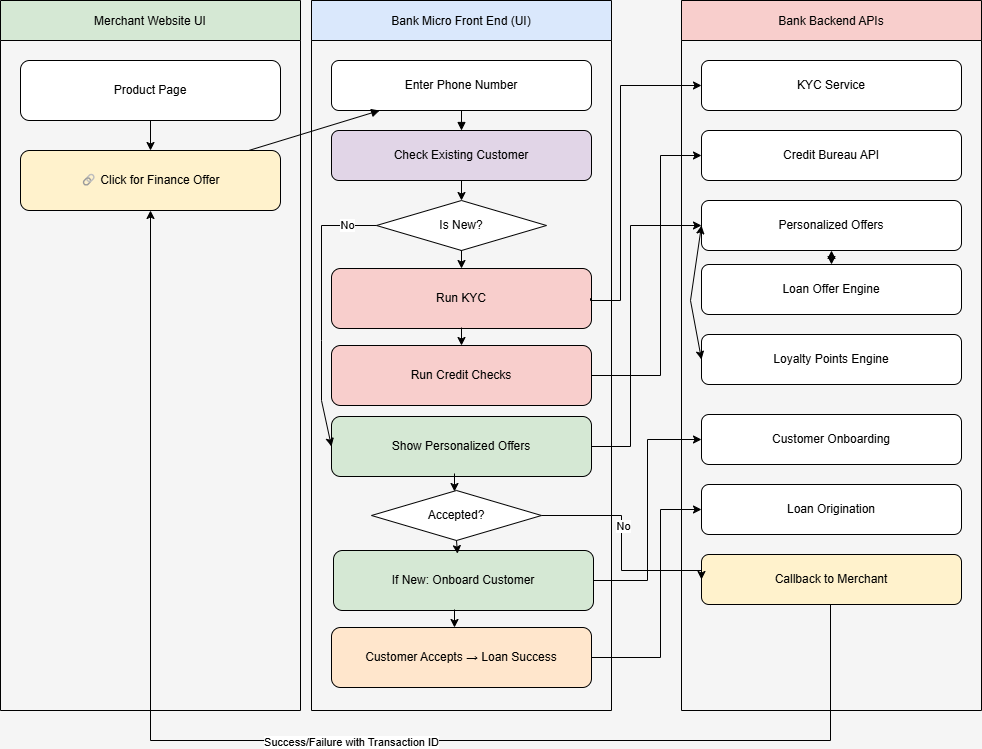
Above: Composable.png in o001705/EF (draw.io), before the change. Source tidied: cells renumbered, new cells last; positions are measured from the earlier drawing's top-left corner, leaving out a move shared by most shapes.
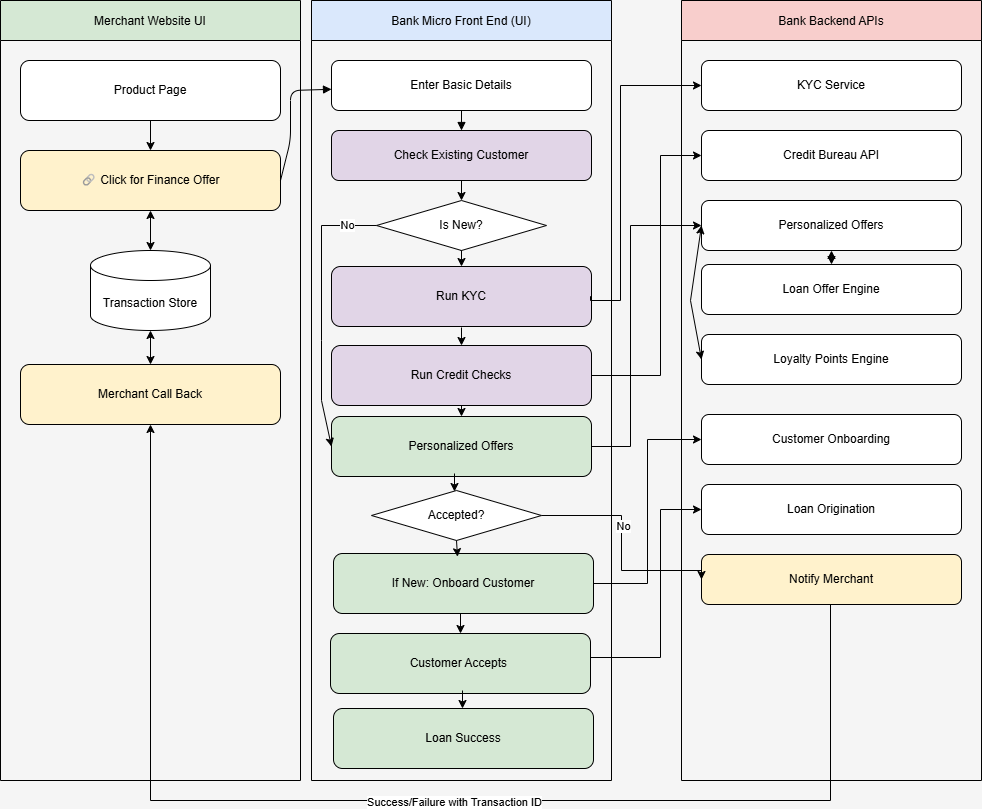
After the change.

What changed in the source:
```diff
@@ -3,7 +3,7 @@
     <mxCell id="0" />
     <mxCell id="1" parent="0" />
     <mxCell id="2" value="Merchant Website UI" style="shape=swimlane;fillColor=#D5E8D4;" parent="1" vertex="1">
-      <mxGeometry width="300" height="710" as="geometry" />
+      <mxGeometry width="300" height="780" as="geometry" />
     </mxCell>
     <mxCell id="3" style="edgeStyle=orthogonalEdgeStyle;rounded=0;jettySize=auto;html=1;exitX=0.5;exitY=1;exitDx=0;exitDy=0;entryX=0.5;entryY=0;entryDx=0;entryDy=0;" parent="2" edge="1" source="4" target="5">
       <mxGeometry relative="1" as="geometry" />
@@ -14,10 +14,24 @@
     <mxCell id="5" value="🔗 Click for Finance Offer" style="shape=rectangle;whiteSpace=wrap;rounded=1;fillColor=#FFF2CC;" parent="2" vertex="1">
       <mxGeometry x="20" y="150" width="260" height="60" as="geometry" />
     </mxCell>
+    <mxCell id="46" value="Merchant Call Back" style="shape=rectangle;whiteSpace=wrap;rounded=1;fillColor=#FFF2CC;" parent="2" vertex="1">
+      <mxGeometry x="20" y="364" width="260" height="60" as="geometry" />
+    </mxCell>
+    <mxCell id="47" value="Transaction Store" style="shape=cylinder3;whiteSpace=wrap;html=1;boundedLbl=1;backgroundOutline=1;size=15;" parent="2" vertex="1">
+      <mxGeometry x="90" y="250" width="120" height="80" as="geometry" />
+    </mxCell>
+    <mxCell id="48" style="endArrow=classic;startArrow=classic;html=1;rounded=0;entryX=0.5;entryY=1;entryDx=0;entryDy=0;entryPerimeter=0;exitX=0.5;exitY=0;exitDx=0;exitDy=0;" parent="2" edge="1" source="46" target="47">
+      <mxGeometry relative="1" as="geometry" />
+    </mxCell>
+    <mxCell id="49" style="endArrow=classic;startArrow=classic;html=1;rounded=0;" parent="2" edge="1" source="47">
+      <mxGeometry relative="1" as="geometry">
+        <mxPoint x="150" y="210" as="targetPoint" />
+      </mxGeometry>
+    </mxCell>
     <mxCell id="6" value="Bank Micro Front End (UI)" style="shape=swimlane;fillColor=#DAE8FC;" parent="1" vertex="1">
-      <mxGeometry x="311" width="300" height="710" as="geometry" />
+      <mxGeometry x="311" width="300" height="780" as="geometry" />
     </mxCell>
-    <mxCell id="7" value="Enter Phone Number" style="shape=rectangle;whiteSpace=wrap;rounded=1;fillColor=#FFFFFF;" parent="6" vertex="1">
+    <mxCell id="7" value="Enter Basic Details" style="shape=rectangle;whiteSpace=wrap;rounded=1;fillColor=#FFFFFF;" parent="6" vertex="1">
       <mxGeometry x="20" y="60" width="260" height="50" as="geometry" />
     </mxCell>
     <mxCell id="8" style="edgeStyle=orthogonalEdgeStyle;rounded=0;jettySize=auto;html=1;exitX=0.5;exitY=1;exitDx=0;exitDy=0;entryX=0.5;entryY=0;entryDx=0;entryDy=0;" parent="6" edge="1" source="9" target="14">
@@ -30,16 +44,16 @@
     <mxCell id="9" value="Check Existing Customer" style="shape=rectangle;whiteSpace=wrap;rounded=1;fillColor=#E1D5E7;" parent="6" vertex="1">
       <mxGeometry x="20" y="130" width="260" height="50" as="geometry" />
     </mxCell>
-    <mxCell id="10" value="Show Personalized Offers" style="shape=rectangle;whiteSpace=wrap;rounded=1;fillColor=#D5E8D4;" parent="6" vertex="1">
+    <mxCell id="10" value="Personalized Offers" style="shape=rectangle;whiteSpace=wrap;rounded=1;fillColor=#D5E8D4;" parent="6" vertex="1">
       <mxGeometry x="20" y="416" width="260" height="60" as="geometry" />
     </mxCell>
-    <mxCell id="11" value="Customer Accepts → Loan Success" style="shape=rectangle;whiteSpace=wrap;rounded=1;fillColor=#FFE6CC;" parent="6" vertex="1">
-      <mxGeometry x="20" y="627" width="260" height="60" as="geometry" />
+    <mxCell id="11" value="Customer Accepts " style="shape=rectangle;whiteSpace=wrap;rounded=1;fillColor=#D5E8D4;" parent="6" vertex="1">
+      <mxGeometry x="19" y="633" width="260" height="60" as="geometry" />
     </mxCell>
-    <mxCell id="12" value="Run KYC" style="shape=rectangle;whiteSpace=wrap;rounded=1;fillColor=#F8CECC;" parent="6" vertex="1">
-      <mxGeometry x="20" y="268" width="260" height="60" as="geometry" />
+    <mxCell id="12" value="Run KYC" style="shape=rectangle;whiteSpace=wrap;rounded=1;fillColor=#E1D5E7;" parent="6" vertex="1">
+      <mxGeometry x="20" y="266" width="260" height="60" as="geometry" />
     </mxCell>
-    <mxCell id="13" value="Run Credit Checks" style="shape=rectangle;whiteSpace=wrap;rounded=1;fillColor=#F8CECC;" parent="6" vertex="1">
+    <mxCell id="13" value="Run Credit Checks" style="shape=rectangle;whiteSpace=wrap;rounded=1;fillColor=#E1D5E7;" parent="6" vertex="1">
       <mxGeometry x="20" y="345" width="260" height="60" as="geometry" />
     </mxCell>
     <mxCell id="14" value="Is New?" style="rhombus;whiteSpace=wrap;html=1;" parent="6" vertex="1">
@@ -61,13 +75,22 @@
       <mxGeometry x="-0.78" y="-1" relative="1" as="geometry" />
     </mxCell>
     <mxCell id="18" value="If New: Onboard Customer" style="shape=rectangle;whiteSpace=wrap;rounded=1;fillColor=#D5E8D4;" parent="6" vertex="1">
-      <mxGeometry x="22" y="550" width="260" height="60" as="geometry" />
+      <mxGeometry x="22" y="553" width="260" height="60" as="geometry" />
     </mxCell>
     <mxCell id="19" style="endArrow=classic;html=1;rounded=0;entryX=0.477;entryY=0.053;entryDx=0;entryDy=0;entryPerimeter=0;exitX=0.5;exitY=1;exitDx=0;exitDy=0;" parent="6" edge="1" source="15" target="18">
       <mxGeometry relative="1" as="geometry" />
     </mxCell>
+    <mxCell id="50" value="Loan Success" style="shape=rectangle;whiteSpace=wrap;rounded=1;fillColor=#D5E8D4;" parent="6" vertex="1">
+      <mxGeometry x="22" y="708" width="260" height="60" as="geometry" />
+    </mxCell>
+    <mxCell id="51" style="endArrow=classic;html=1;rounded=0;exitX=0.5;exitY=1;exitDx=0;exitDy=0;entryX=0.5;entryY=0;entryDx=0;entryDy=0;" parent="6" edge="1" source="13" target="10">
+      <mxGeometry relative="1" as="geometry" />
+    </mxCell>
+    <mxCell id="41" style="edgeStyle=orthogonalEdgeStyle;rounded=0;jettySize=auto;html=1;entryX=0.5;entryY=0;entryDx=0;entryDy=0;exitX=0.5;exitY=1;exitDx=0;exitDy=0;" parent="6" edge="1" source="18" target="11">
+      <mxGeometry relative="1" as="geometry" />
+    </mxCell>
     <mxCell id="20" value="Bank Backend APIs" style="shape=swimlane;fillColor=#F8CECC;" parent="1" vertex="1">
-      <mxGeometry x="681" width="300" height="710" as="geometry" />
+      <mxGeometry x="681" width="300" height="780" as="geometry" />
     </mxCell>
     <mxCell id="21" value="KYC Service" style="shape=rectangle;whiteSpace=wrap;rounded=1;fillColor=#FFFFFF;" parent="20" vertex="1">
       <mxGeometry x="20" y="60" width="260" height="50" as="geometry" />
@@ -84,7 +107,7 @@
     <mxCell id="25" value="Loan Origination" style="shape=rectangle;whiteSpace=wrap;rounded=1;fillColor=#FFFFFF;" parent="20" vertex="1">
       <mxGeometry x="20" y="484" width="260" height="50" as="geometry" />
     </mxCell>
-    <mxCell id="26" value="Callback to Merchant" style="shape=rectangle;whiteSpace=wrap;rounded=1;fillColor=#FFF2CC;" parent="20" vertex="1">
+    <mxCell id="26" value="Notify Merchant" style="shape=rectangle;whiteSpace=wrap;rounded=1;fillColor=#FFF2CC;" parent="20" vertex="1">
       <mxGeometry x="20" y="554" width="260" height="50" as="geometry" />
     </mxCell>
     <mxCell id="27" value="Customer Onboarding" style="shape=rectangle;whiteSpace=wrap;rounded=1;fillColor=#FFFFFF;" parent="20" vertex="1">
@@ -103,18 +126,23 @@
         </Array>
       </mxGeometry>
     </mxCell>
-    <mxCell id="31" style="endArrow=block;" parent="1" edge="1" source="5" target="7">
-      <mxGeometry relative="1" as="geometry" />
+    <mxCell id="31" style="endArrow=block;exitX=1;exitY=0.5;exitDx=0;exitDy=0;" parent="1" edge="1" source="5" target="7">
+      <mxGeometry relative="1" as="geometry">
+        <Array as="points">
+          <mxPoint x="290" y="140" />
+          <mxPoint x="290" y="90" />
+        </Array>
+      </mxGeometry>
     </mxCell>
     <mxCell id="32" style="endArrow=block;" parent="1" edge="1" source="7" target="9">
       <mxGeometry relative="1" as="geometry" />
     </mxCell>
-    <mxCell id="33" style="edgeStyle=orthogonalEdgeStyle;rounded=0;jettySize=auto;html=1;exitX=0.5;exitY=1;exitDx=0;exitDy=0;entryX=0.5;entryY=1;entryDx=0;entryDy=0;" parent="1" edge="1" source="26" target="5">
+    <mxCell id="33" style="edgeStyle=orthogonalEdgeStyle;rounded=0;jettySize=auto;html=1;exitX=0.5;exitY=1;exitDx=0;exitDy=0;entryX=0.5;entryY=1;entryDx=0;entryDy=0;" parent="1" edge="1" source="26" target="46">
       <mxGeometry relative="1" as="geometry">
         <Array as="points">
           <mxPoint x="830" y="604" />
-          <mxPoint x="830" y="740" />
-          <mxPoint x="150" y="740" />
+          <mxPoint x="830" y="800" />
+          <mxPoint x="150" y="800" />
         </Array>
       </mxGeometry>
     </mxCell>
@@ -158,12 +186,6 @@
     <mxCell id="40" value="No" style="edgeLabel;html=1;align=center;verticalAlign=middle;" parent="39" vertex="1">
       <mxGeometry x="-0.2" y="1" relative="1" as="geometry" />
     </mxCell>
-    <mxCell id="41" style="edgeStyle=orthogonalEdgeStyle;rounded=0;orthogonalLoop=1;jettySize=auto;html=1;entryX=0.5;entryY=0;entryDx=0;entryDy=0;" parent="1" edge="1">
-      <mxGeometry relative="1" as="geometry">
-        <mxPoint x="454" y="609" as="sourcePoint" />
-        <mxPoint x="454" y="627" as="targetPoint" />
-      </mxGeometry>
-    </mxCell>
     <mxCell id="42" style="edgeStyle=orthogonalEdgeStyle;rounded=0;jettySize=auto;html=1;exitX=1;exitY=0.5;exitDx=0;exitDy=0;entryX=0;entryY=0.5;entryDx=0;entryDy=0;" parent="1" edge="1" source="18" target="27">
       <mxGeometry relative="1" as="geometry" />
     </mxCell>
@@ -192,5 +214,11 @@
         </Array>
       </mxGeometry>
     </mxCell>
+    <mxCell id="52" style="edgeStyle=orthogonalEdgeStyle;rounded=0;orthogonalLoop=1;jettySize=auto;html=1;entryX=0.5;entryY=0;entryDx=0;entryDy=0;" parent="1" edge="1">
+      <mxGeometry relative="1" as="geometry">
+        <mxPoint x="462" y="690" as="sourcePoint" />
+        <mxPoint x="462" y="708" as="targetPoint" />
+      </mxGeometry>
+    </mxCell>
   </root>
 </mxGraphModel>
```
